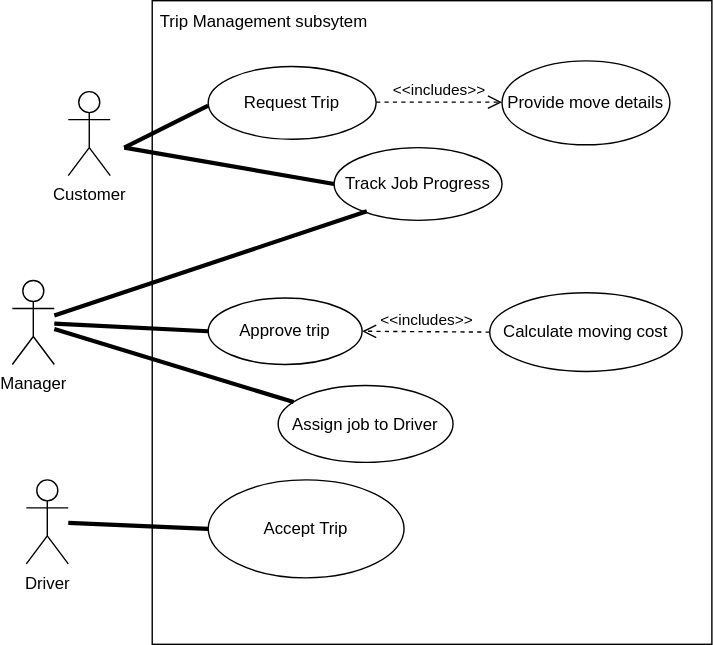
Earlier version of the draw.io export draft1.drawio.svg (KarenM-tech/diagrams). Source tidied: cells renumbered, new cells last; positions are measured from the earlier drawing's top-left corner, leaving out a move shared by most shapes.
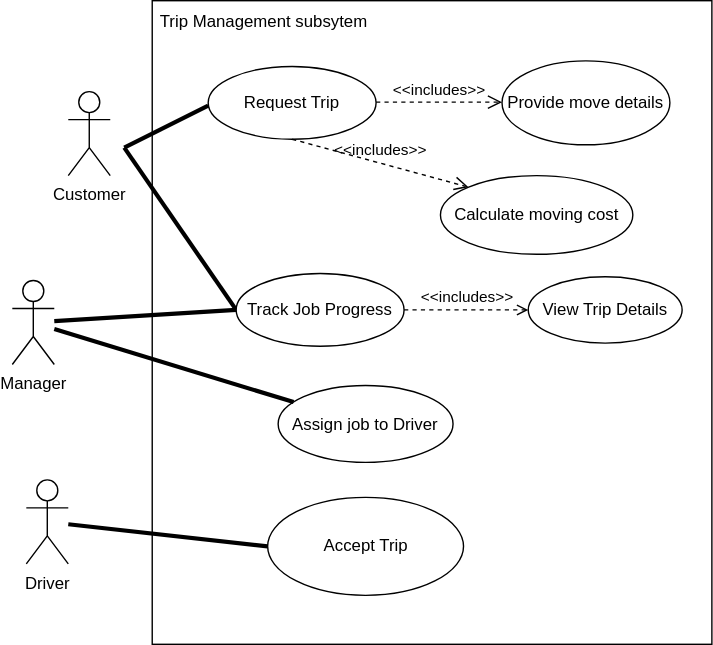
The same file after the commit.

Commit message:
Removed the ability for the manager to approve a trip. Added "View Trip Details" use case

The edit, as a diff of the source:
```diff
@@ -18,14 +18,11 @@
       <mxGeometry x="40" y="65" width="30" height="60" as="geometry" />
     </mxCell>
     <mxCell id="7" value="Accept Trip" style="ellipse;whiteSpace=wrap;html=1;" parent="1" vertex="1">
-      <mxGeometry x="140" y="342.5" width="140" height="70" as="geometry" />
+      <mxGeometry x="182.5" y="355" width="140" height="70" as="geometry" />
     </mxCell>
     <mxCell id="8" value="Request Trip" style="ellipse;whiteSpace=wrap;html=1;" parent="1" vertex="1">
       <mxGeometry x="140" y="47" width="120" height="52" as="geometry" />
     </mxCell>
-    <mxCell id="9" value="Approve trip" style="ellipse;whiteSpace=wrap;html=1;" parent="1" vertex="1">
-      <mxGeometry x="140" y="212.5" width="110" height="47.5" as="geometry" />
-    </mxCell>
     <mxCell id="10" value="Provide move details " style="ellipse;whiteSpace=wrap;html=1;" parent="1" vertex="1">
       <mxGeometry x="350" y="43" width="120" height="60" as="geometry" />
     </mxCell>
@@ -45,7 +42,7 @@
       </mxGeometry>
     </mxCell>
     <mxCell id="13" value="Calculate moving cost" style="ellipse;whiteSpace=wrap;html=1;" parent="1" vertex="1">
-      <mxGeometry x="341.2" y="208.8" width="137.5" height="56.2" as="geometry" />
+      <mxGeometry x="306" y="125" width="137.5" height="56.2" as="geometry" />
     </mxCell>
     <mxCell id="14" value="Assign job to Driver" style="ellipse;whiteSpace=wrap;html=1;" parent="1" vertex="1">
       <mxGeometry x="190" y="275" width="125" height="55" as="geometry" />
@@ -56,22 +53,28 @@
       </mxGeometry>
     </mxCell>
     <mxCell id="16" value="Track Job Progress" style="ellipse;whiteSpace=wrap;html=1;" parent="1" vertex="1">
-      <mxGeometry x="230" y="105" width="120" height="52" as="geometry" />
+      <mxGeometry x="160" y="195" width="120" height="52" as="geometry" />
     </mxCell>
-    <mxCell id="17" style="endArrow=none;startArrow=none;endFill=0;startFill=0;endSize=8;html=1;verticalAlign=bottom;labelBackgroundColor=none;strokeWidth=3;rounded=0;exitX=0.195;exitY=0.875;exitDx=0;exitDy=0;exitPerimeter=0;" parent="1" edge="1" source="16" target="5">
+    <mxCell id="17" style="endArrow=none;startArrow=none;endFill=0;startFill=0;endSize=8;html=1;verticalAlign=bottom;labelBackgroundColor=none;strokeWidth=3;rounded=0;exitX=0;exitY=0.5;exitDx=0;exitDy=0;" parent="1" edge="1" source="16" target="5">
       <mxGeometry relative="1" as="geometry" />
     </mxCell>
-    <mxCell id="18" value="&amp;lt;&amp;lt;includes&amp;gt;&amp;gt;" style="endArrow=open;startArrow=none;endFill=0;startFill=0;endSize=8;html=1;verticalAlign=bottom;dashed=1;labelBackgroundColor=none;rounded=0;exitX=0;exitY=0.5;exitDx=0;exitDy=0;entryX=1;entryY=0.5;entryDx=0;entryDy=0;" parent="1" edge="1" source="13" target="9">
-      <mxGeometry relative="1" as="geometry" />
-    </mxCell>
     <mxCell id="19" style="endArrow=none;startArrow=none;endFill=0;startFill=0;endSize=8;html=1;verticalAlign=bottom;labelBackgroundColor=none;strokeWidth=3;rounded=0;" parent="1" edge="1" source="14" target="5">
       <mxGeometry relative="1" as="geometry" />
     </mxCell>
-    <mxCell id="20" style="endArrow=none;startArrow=none;endFill=0;startFill=0;endSize=8;html=1;verticalAlign=bottom;labelBackgroundColor=none;strokeWidth=3;rounded=0;exitX=0;exitY=0.5;exitDx=0;exitDy=0;" parent="1" edge="1" source="9" target="5">
-      <mxGeometry relative="1" as="geometry" />
-    </mxCell>
     <mxCell id="21" style="endArrow=none;startArrow=none;endFill=0;startFill=0;endSize=8;html=1;verticalAlign=bottom;labelBackgroundColor=none;strokeWidth=3;rounded=0;entryX=0;entryY=0.5;entryDx=0;entryDy=0;" parent="1" edge="1" source="4" target="7">
       <mxGeometry relative="1" as="geometry" />
     </mxCell>
+    <mxCell id="22" value="View Trip Details" style="ellipse;whiteSpace=wrap;html=1;" parent="1" vertex="1">
+      <mxGeometry x="368.8" y="197.2" width="110" height="47.5" as="geometry" />
+    </mxCell>
+    <mxCell id="23" value="&amp;lt;&amp;lt;includes&amp;gt;&amp;gt;" style="endArrow=open;html=1;rounded=0;align=center;verticalAlign=bottom;dashed=1;endFill=0;labelBackgroundColor=none;exitX=1;exitY=0.5;exitDx=0;exitDy=0;entryX=0;entryY=0.5;entryDx=0;entryDy=0;" parent="1" edge="1" source="16" target="22">
+      <mxGeometry relative="1" as="geometry" />
+    </mxCell>
+    <mxCell id="24" style="html=1;align=center;verticalAlign=top;labelBackgroundColor=none;" parent="23" vertex="1">
+      <mxGeometry relative="1" as="geometry" />
+    </mxCell>
+    <mxCell id="25" value="&amp;lt;&amp;lt;includes&amp;gt;&amp;gt;" style="endArrow=open;startArrow=none;endFill=0;startFill=0;endSize=8;html=1;verticalAlign=bottom;dashed=1;labelBackgroundColor=none;rounded=0;exitX=0.5;exitY=1;exitDx=0;exitDy=0;entryX=0;entryY=0;entryDx=0;entryDy=0;" parent="1" edge="1" source="8" target="13">
+      <mxGeometry relative="1" as="geometry" />
+    </mxCell>
   </root>
 </mxGraphModel>
```
